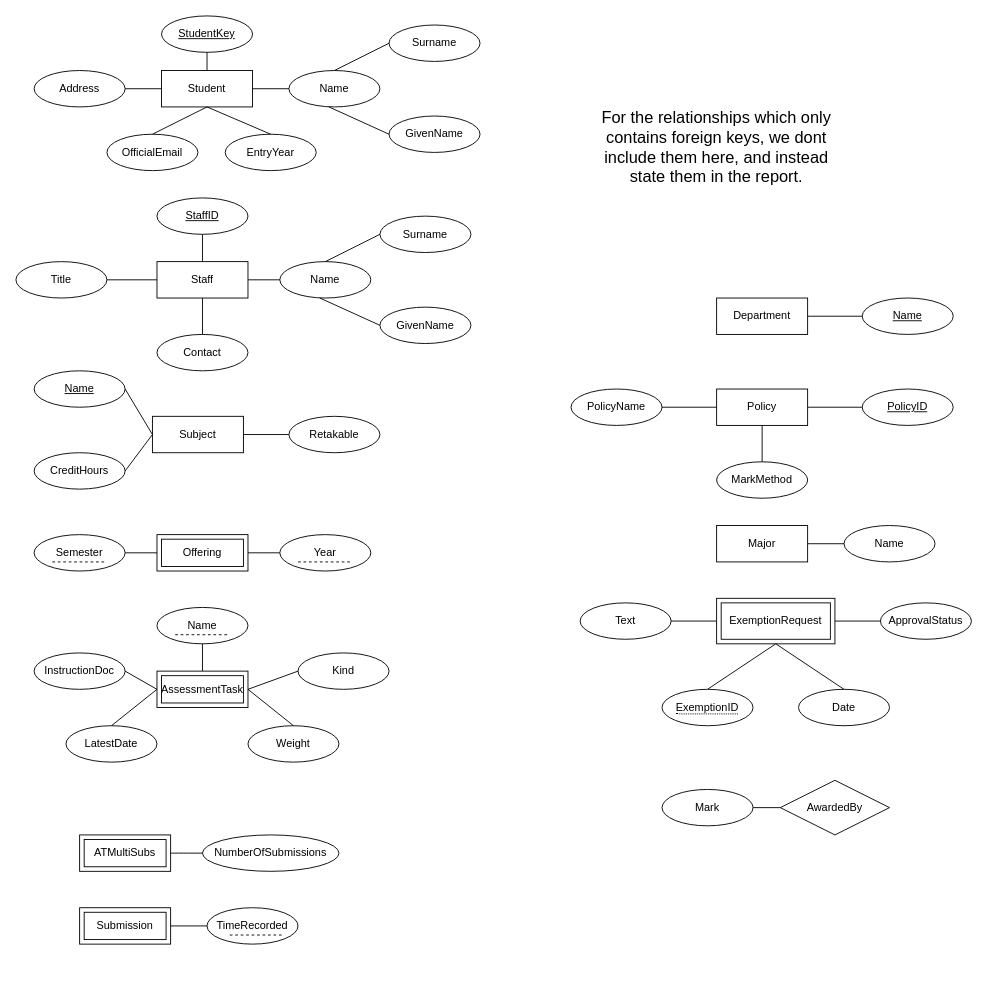
Before: isys2120a2Attr.drawio in NguyenChHieu/graphs, a draw.io diagram. Source tidied: cells renumbered, new cells numbered last; positions are measured from the earlier drawing's top-left corner, leaving out a move shared by most shapes. Both pictures are drawn from the tidied source at 91%, with x=0, y=0 at pixel (15, 15).
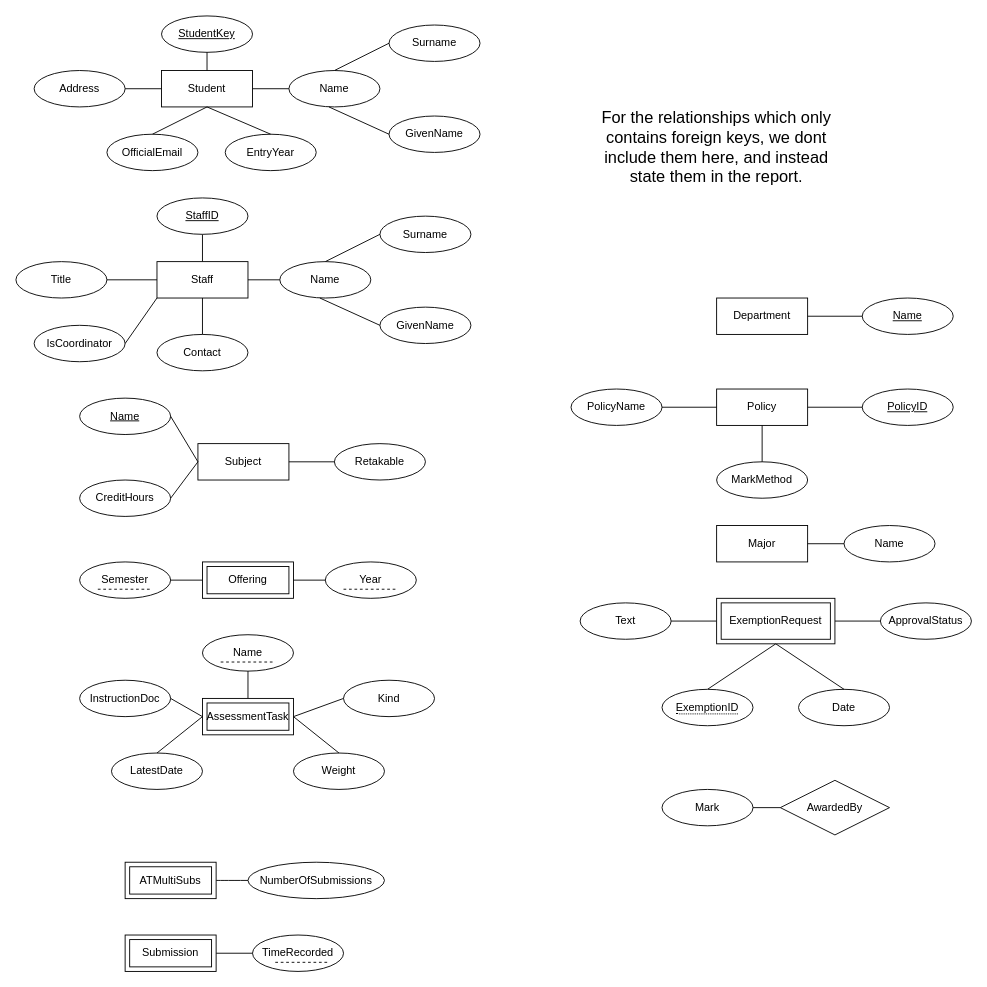
The same page after the edit.

Unchanged cells that the change refers to:
```xml
<mxCell id="22" value="Staff" style="whiteSpace=wrap;html=1;align=center;" parent="1" vertex="1">
  <mxGeometry x="155" y="270" width="100" height="40" as="geometry" />
</mxCell>
```

Diff of the diagram source:
```diff
@@
     <mxCell id="7" value="TimeRecorded" style="ellipse;whiteSpace=wrap;html=1;align=center;" parent="1" vertex="1">
-      <mxGeometry x="210" y="980" width="100" height="40" as="geometry" />
+      <mxGeometry x="260" y="1010" width="100" height="40" as="geometry" />
     </mxCell>
@@
     <mxCell id="15" style="endArrow=none;html=1;rounded=0;entryX=0;entryY=0.5;entryDx=0;entryDy=0;exitX=1;exitY=0.5;exitDx=0;exitDy=0;" parent="1" edge="1" target="7">
       <mxGeometry relative="1" as="geometry">
-        <mxPoint x="170" y="1000" as="sourcePoint" />
+        <mxPoint x="220" y="1030" as="sourcePoint" />
       </mxGeometry>
     </mxCell>
@@
     <mxCell id="34" value="LatestDate" style="ellipse;whiteSpace=wrap;html=1;align=center;" parent="1" vertex="1">
-      <mxGeometry x="55" y="780" width="100" height="40" as="geometry" />
+      <mxGeometry x="105" y="810" width="100" height="40" as="geometry" />
     </mxCell>
     <mxCell id="35" value="InstructionDoc" style="ellipse;whiteSpace=wrap;html=1;align=center;" parent="1" vertex="1">
-      <mxGeometry x="20" y="700" width="100" height="40" as="geometry" />
+      <mxGeometry x="70" y="730" width="100" height="40" as="geometry" />
     </mxCell>
     <mxCell id="36" value="Kind" style="ellipse;whiteSpace=wrap;html=1;align=center;" parent="1" vertex="1">
-      <mxGeometry x="310" y="700" width="100" height="40" as="geometry" />
+      <mxGeometry x="360" y="730" width="100" height="40" as="geometry" />
     </mxCell>
     <mxCell id="37" value="Weight" style="ellipse;whiteSpace=wrap;html=1;align=center;" parent="1" vertex="1">
-      <mxGeometry x="255" y="780" width="100" height="40" as="geometry" />
+      <mxGeometry x="305" y="810" width="100" height="40" as="geometry" />
     </mxCell>
     <mxCell id="38" value="Name" style="ellipse;whiteSpace=wrap;html=1;align=center;" parent="1" vertex="1">
-      <mxGeometry x="155" y="650" width="100" height="40" as="geometry" />
+      <mxGeometry x="205" y="680" width="100" height="40" as="geometry" />
     </mxCell>
     <mxCell id="39" value="Year" style="ellipse;whiteSpace=wrap;html=1;align=center;" parent="1" vertex="1">
-      <mxGeometry x="290" y="570" width="100" height="40" as="geometry" />
+      <mxGeometry x="340" y="600" width="100" height="40" as="geometry" />
     </mxCell>
     <mxCell id="40" value="Semester" style="ellipse;whiteSpace=wrap;html=1;align=center;" parent="1" vertex="1">
-      <mxGeometry x="20" y="570" width="100" height="40" as="geometry" />
+      <mxGeometry x="70" y="600" width="100" height="40" as="geometry" />
     </mxCell>
     <mxCell id="41" value="Offering" style="shape=ext;margin=3;double=1;whiteSpace=wrap;html=1;align=center;" parent="1" vertex="1">
-      <mxGeometry x="155" y="570" width="100" height="40" as="geometry" />
+      <mxGeometry x="205" y="600" width="100" height="40" as="geometry" />
     </mxCell>
     <mxCell id="42" style="endArrow=none;dashed=1;html=1;rounded=0;" parent="1" edge="1">
       <mxGeometry relative="1" as="geometry">
-        <mxPoint x="40" y="600" as="sourcePoint" />
-        <mxPoint x="100" y="600" as="targetPoint" />
+        <mxPoint x="90" y="630" as="sourcePoint" />
+        <mxPoint x="150" y="630" as="targetPoint" />
       </mxGeometry>
     </mxCell>
     <mxCell id="43" style="endArrow=none;dashed=1;html=1;rounded=0;" parent="1" edge="1">
       <mxGeometry relative="1" as="geometry">
-        <mxPoint x="310" y="600" as="sourcePoint" />
-        <mxPoint x="370" y="600" as="targetPoint" />
+        <mxPoint x="360" y="630" as="sourcePoint" />
+        <mxPoint x="420" y="630" as="targetPoint" />
       </mxGeometry>
     </mxCell>
@@
     <mxCell id="49" value="AssessmentTask" style="shape=ext;margin=3;double=1;whiteSpace=wrap;html=1;align=center;" parent="1" vertex="1">
-      <mxGeometry x="155" y="720" width="100" height="40" as="geometry" />
+      <mxGeometry x="205" y="750" width="100" height="40" as="geometry" />
     </mxCell>
     <mxCell id="50" style="endArrow=none;dashed=1;html=1;rounded=0;" parent="1" edge="1">
       <mxGeometry relative="1" as="geometry">
-        <mxPoint x="175" y="680" as="sourcePoint" />
-        <mxPoint x="235" y="680" as="targetPoint" />
+        <mxPoint x="225" y="710" as="sourcePoint" />
+        <mxPoint x="285" y="710" as="targetPoint" />
       </mxGeometry>
     </mxCell>
@@
     <mxCell id="53" value="Subject" style="whiteSpace=wrap;html=1;align=center;" parent="1" vertex="1">
-      <mxGeometry x="150" y="440" width="100" height="40" as="geometry" />
+      <mxGeometry x="200" y="470" width="100" height="40" as="geometry" />
     </mxCell>
@@
     <mxCell id="61" value="Retakable" style="ellipse;whiteSpace=wrap;html=1;align=center;" parent="1" vertex="1">
-      <mxGeometry x="300" y="440" width="100" height="40" as="geometry" />
+      <mxGeometry x="350" y="470" width="100" height="40" as="geometry" />
     </mxCell>
     <mxCell id="62" value="CreditHours" style="ellipse;whiteSpace=wrap;html=1;align=center;" parent="1" vertex="1">
-      <mxGeometry x="20" y="480" width="100" height="40" as="geometry" />
+      <mxGeometry x="70" y="510" width="100" height="40" as="geometry" />
     </mxCell>
     <mxCell id="63" value="&lt;u&gt;Name&lt;/u&gt;" style="ellipse;whiteSpace=wrap;html=1;align=center;" parent="1" vertex="1">
-      <mxGeometry x="20" y="390" width="100" height="40" as="geometry" />
+      <mxGeometry x="70" y="420" width="100" height="40" as="geometry" />
     </mxCell>
@@
     <mxCell id="75" value="Submission" style="shape=ext;margin=3;double=1;whiteSpace=wrap;html=1;align=center;" parent="1" vertex="1">
-      <mxGeometry x="70" y="980" width="100" height="40" as="geometry" />
+      <mxGeometry x="120" y="1010" width="100" height="40" as="geometry" />
     </mxCell>
     <mxCell id="76" style="endArrow=none;dashed=1;html=1;rounded=0;" parent="1" edge="1">
       <mxGeometry relative="1" as="geometry">
-        <mxPoint x="235" y="1010" as="sourcePoint" />
-        <mxPoint x="295" y="1010" as="targetPoint" />
+        <mxPoint x="285" y="1040" as="sourcePoint" />
+        <mxPoint x="345" y="1040" as="targetPoint" />
       </mxGeometry>
     </mxCell>
     <mxCell id="77" value="ATMultiSubs" style="shape=ext;margin=3;double=1;whiteSpace=wrap;html=1;align=center;" parent="1" vertex="1">
-      <mxGeometry x="70" y="900" width="100" height="40" as="geometry" />
+      <mxGeometry x="120" y="930" width="100" height="40" as="geometry" />
     </mxCell>
@@
     <mxCell id="86" value="NumberOfSubmissions" style="ellipse;whiteSpace=wrap;html=1;align=center;" parent="1" vertex="1">
-      <mxGeometry x="205" y="900" width="150" height="40" as="geometry" />
+      <mxGeometry x="255" y="930" width="150" height="40" as="geometry" />
     </mxCell>
@@
+    <mxCell id="89" value="IsCoordinator" style="ellipse;whiteSpace=wrap;html=1;align=center;" parent="1" vertex="1">
+      <mxGeometry x="20" y="340" width="100" height="40" as="geometry" />
+    </mxCell>
+    <mxCell id="90" style="endArrow=none;html=1;rounded=0;exitX=1;exitY=0.5;exitDx=0;exitDy=0;entryX=0;entryY=1;entryDx=0;entryDy=0;" parent="1" edge="1" source="89" target="22">
+      <mxGeometry relative="1" as="geometry" />
+    </mxCell>
```
